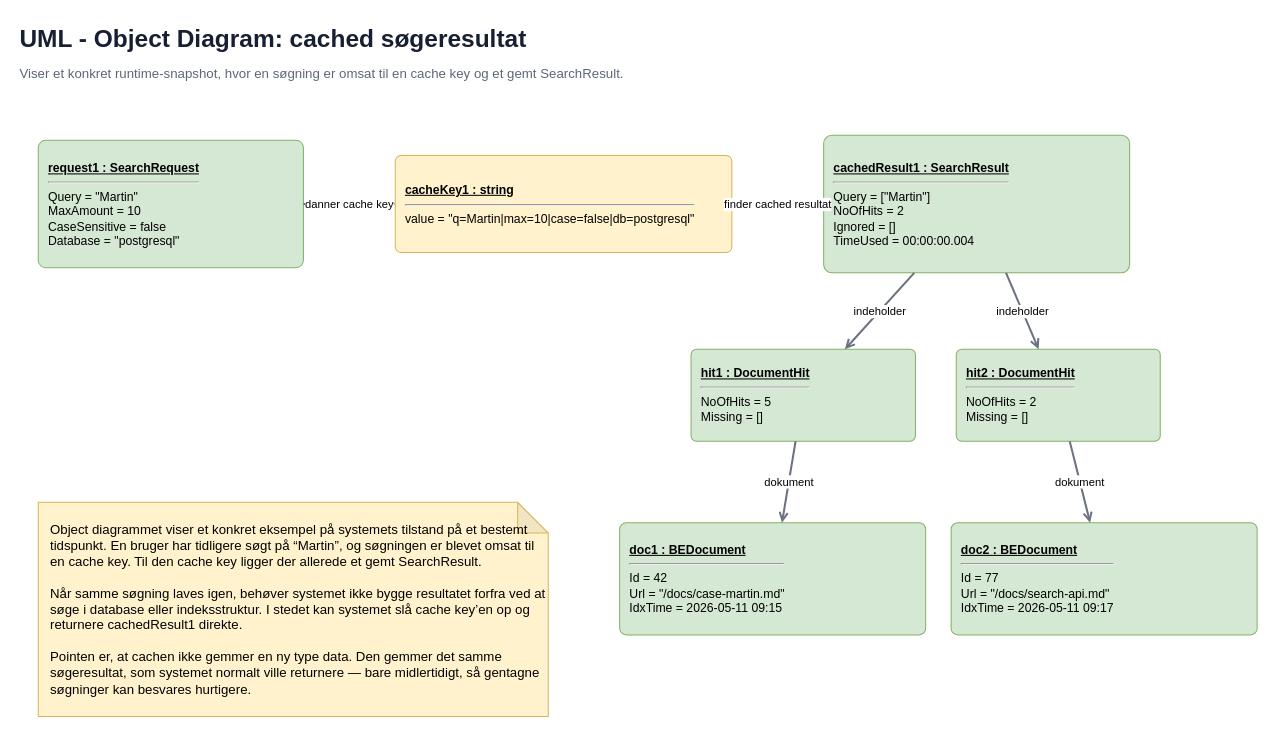
Above: page "2 - UML Object" (2 of 7) of diagrammer/SearchProject diagrams - UML + C4.drawio in Viggodrengen/-SearchProject (draw.io), before the change. Source tidied: cells renumbered, new cells numbered last; positions are measured from the earlier drawing's top-left corner, leaving out a move shared by most shapes. Both pictures are drawn from the tidied source at 102%, with x=0, y=0 at pixel (17, 17).
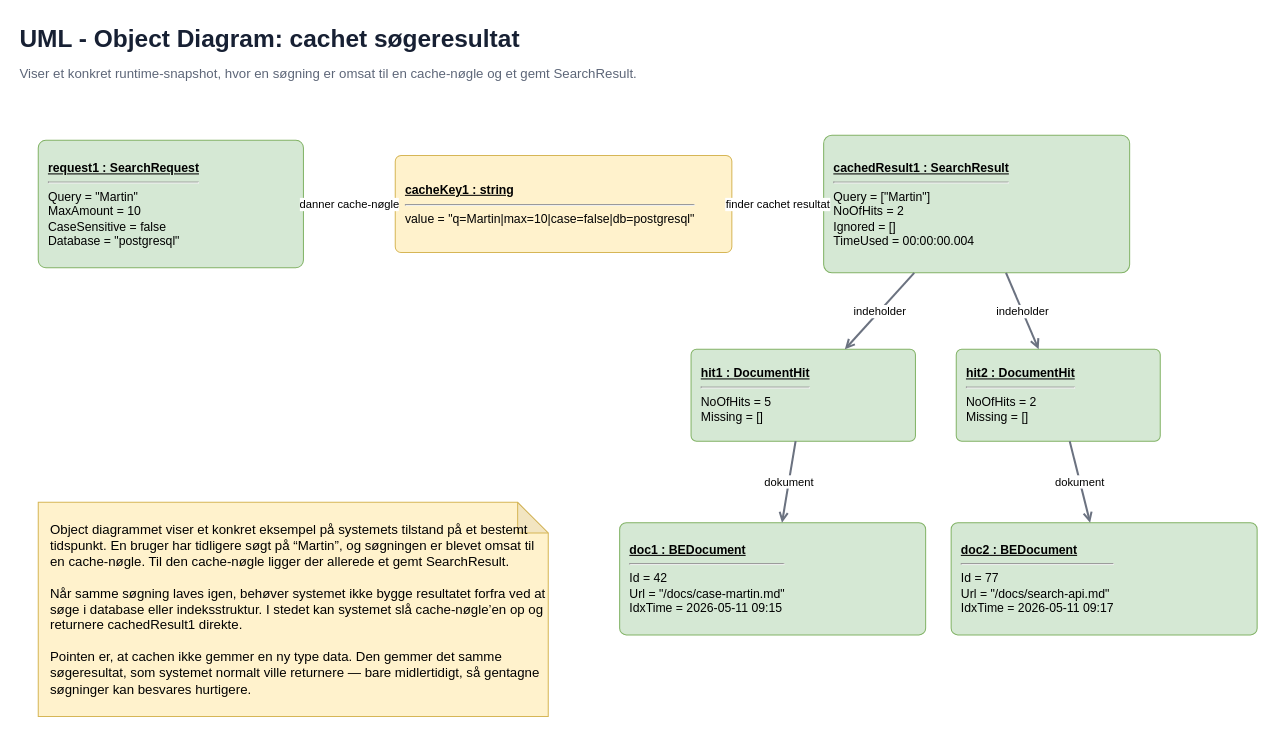
The same page after the edit.

What changed in the source:
```diff
@@
 <mxGraphModel>
   <root>
     <mxCell id="0" />
     <mxCell id="1" parent="0" />
-    <mxCell id="2" value="UML - Object Diagram: cached søgeresultat" style="text;html=1;strokeColor=none;fillColor=none;fontSize=24;fontStyle=1;fontColor=#172033;" parent="1" vertex="1">
+    <mxCell id="2" value="UML - Object Diagram: cachet søgeresultat" style="text;html=1;strokeColor=none;fillColor=none;fontSize=24;fontStyle=1;fontColor=#172033;" parent="1" vertex="1">
       <mxGeometry width="700" height="40" as="geometry" />
     </mxCell>
-    <mxCell id="3" value="Viser et konkret runtime-snapshot, hvor en søgning er omsat til en cache key og et gemt SearchResult." style="text;html=1;strokeColor=none;fillColor=none;fontSize=13;fontColor=#5d6678;" parent="1" vertex="1">
+    <mxCell id="3" value="Viser et konkret runtime-snapshot, hvor en søgning er omsat til en cache-nøgle og et gemt SearchResult." style="text;html=1;strokeColor=none;fillColor=none;fontSize=13;fontColor=#5d6678;" parent="1" vertex="1">
       <mxGeometry y="40" width="900" height="30" as="geometry" />
     </mxCell>
     <mxCell id="4" value="&lt;b&gt;&lt;u&gt;request1 : SearchRequest&lt;/u&gt;&lt;/b&gt;&lt;hr/&gt;Query = &amp;quot;Martin&amp;quot;&lt;br/&gt;MaxAmount = 10&lt;br/&gt;CaseSensitive = false&lt;br/&gt;Database = &amp;quot;postgresql&amp;quot;" style="rounded=1;whiteSpace=wrap;html=1;fillColor=#D5E8D4;strokeColor=#82B366;align=left;spacingLeft=8;arcSize=6;" parent="1" vertex="1">
       <mxGeometry x="20" y="120" width="260" height="125" as="geometry" />
     </mxCell>
     <mxCell id="5" value="&lt;b&gt;&lt;u&gt;cacheKey1 : string&lt;/u&gt;&lt;/b&gt;&lt;hr/&gt;value = &amp;quot;q=Martin|max=10|case=false|db=postgresql&amp;quot;" style="rounded=1;whiteSpace=wrap;html=1;fillColor=#FFF2CC;strokeColor=#D6B656;align=left;spacingLeft=8;arcSize=6;" parent="1" vertex="1">
       <mxGeometry x="370" y="135" width="330" height="95" as="geometry" />
     </mxCell>
     <mxCell id="6" value="&lt;b&gt;&lt;u&gt;cachedResult1 : SearchResult&lt;/u&gt;&lt;/b&gt;&lt;hr/&gt;Query = [&amp;quot;Martin&amp;quot;]&lt;br/&gt;NoOfHits = 2&lt;br/&gt;Ignored = []&lt;br/&gt;TimeUsed = 00:00:00.004" style="rounded=1;whiteSpace=wrap;html=1;fillColor=#D5E8D4;strokeColor=#82B366;align=left;spacingLeft=8;arcSize=6;" parent="1" vertex="1">
       <mxGeometry x="790" y="115" width="300" height="135" as="geometry" />
     </mxCell>
     <mxCell id="7" value="&lt;b&gt;&lt;u&gt;hit1 : DocumentHit&lt;/u&gt;&lt;/b&gt;&lt;hr/&gt;NoOfHits = 5&lt;br/&gt;Missing = []" style="rounded=1;whiteSpace=wrap;html=1;fillColor=#D5E8D4;strokeColor=#82B366;align=left;spacingLeft=8;arcSize=6;" parent="1" vertex="1">
       <mxGeometry x="660" y="325" width="220" height="90" as="geometry" />
     </mxCell>
     <mxCell id="8" value="&lt;b&gt;&lt;u&gt;hit2 : DocumentHit&lt;/u&gt;&lt;/b&gt;&lt;hr/&gt;NoOfHits = 2&lt;br/&gt;Missing = []" style="rounded=1;whiteSpace=wrap;html=1;fillColor=#D5E8D4;strokeColor=#82B366;align=left;spacingLeft=8;arcSize=6;" parent="1" vertex="1">
       <mxGeometry x="920" y="325" width="200" height="90" as="geometry" />
     </mxCell>
     <mxCell id="9" value="&lt;b&gt;&lt;u&gt;doc1 : BEDocument&lt;/u&gt;&lt;/b&gt;&lt;hr/&gt;Id = 42&lt;br/&gt;Url = &amp;quot;/docs/case-martin.md&amp;quot;&lt;br/&gt;IdxTime = 2026-05-11 09:15" style="rounded=1;whiteSpace=wrap;html=1;fillColor=#D5E8D4;strokeColor=#82B366;align=left;spacingLeft=8;arcSize=6;" parent="1" vertex="1">
       <mxGeometry x="590" y="495" width="300" height="110" as="geometry" />
     </mxCell>
     <mxCell id="10" value="&lt;b&gt;&lt;u&gt;doc2 : BEDocument&lt;/u&gt;&lt;/b&gt;&lt;hr/&gt;Id = 77&lt;br/&gt;Url = &amp;quot;/docs/search-api.md&amp;quot;&lt;br/&gt;IdxTime = 2026-05-11 09:17" style="rounded=1;whiteSpace=wrap;html=1;fillColor=#D5E8D4;strokeColor=#82B366;align=left;spacingLeft=8;arcSize=6;" parent="1" vertex="1">
       <mxGeometry x="915" y="495" width="300" height="110" as="geometry" />
     </mxCell>
-    <mxCell id="11" value="danner cache key" style="endArrow=open;html=1;rounded=0;strokeWidth=2;strokeColor=#6B7280;labelBackgroundColor=#FFFFFF;" parent="1" edge="1" source="4" target="5">
+    <mxCell id="11" value="danner cache-nøgle" style="endArrow=open;html=1;rounded=0;strokeWidth=2;strokeColor=#6B7280;labelBackgroundColor=#FFFFFF;" parent="1" edge="1" source="4" target="5">
       <mxGeometry relative="1" as="geometry" />
     </mxCell>
-    <mxCell id="12" value="finder cached resultat" style="endArrow=open;html=1;rounded=0;strokeWidth=2;strokeColor=#6B7280;labelBackgroundColor=#FFFFFF;" parent="1" edge="1" source="5" target="6">
+    <mxCell id="12" value="finder cachet resultat" style="endArrow=open;html=1;rounded=0;strokeWidth=2;strokeColor=#6B7280;labelBackgroundColor=#FFFFFF;" parent="1" edge="1" source="5" target="6">
       <mxGeometry relative="1" as="geometry" />
     </mxCell>
     <mxCell id="13" value="indeholder" style="endArrow=open;html=1;rounded=0;strokeWidth=2;strokeColor=#6B7280;labelBackgroundColor=#FFFFFF;" parent="1" edge="1" source="6" target="7">
       <mxGeometry relative="1" as="geometry" />
     </mxCell>
     <mxCell id="14" value="indeholder" style="endArrow=open;html=1;rounded=0;strokeWidth=2;strokeColor=#6B7280;labelBackgroundColor=#FFFFFF;" parent="1" edge="1" source="6" target="8">
       <mxGeometry relative="1" as="geometry" />
     </mxCell>
     <mxCell id="15" value="dokument" style="endArrow=open;html=1;rounded=0;strokeWidth=2;strokeColor=#6B7280;labelBackgroundColor=#FFFFFF;" parent="1" edge="1" source="7" target="9">
       <mxGeometry relative="1" as="geometry" />
     </mxCell>
     <mxCell id="16" value="dokument" style="endArrow=open;html=1;rounded=0;strokeWidth=2;strokeColor=#6B7280;labelBackgroundColor=#FFFFFF;" parent="1" edge="1" source="8" target="10">
       <mxGeometry relative="1" as="geometry" />
     </mxCell>
-    <mxCell id="17" value="Object diagrammet viser et konkret eksempel på systemets tilstand på et bestemt tidspunkt. En bruger har tidligere søgt på “Martin”, og søgningen er blevet omsat til en cache key. Til den cache key ligger der allerede et gemt SearchResult.&lt;br/&gt;&lt;br/&gt;Når samme søgning laves igen, behøver systemet ikke bygge resultatet forfra ved at søge i database eller indeksstruktur. I stedet kan systemet slå cache key’en op og returnere cachedResult1 direkte.&lt;br/&gt;&lt;br/&gt;Pointen er, at cachen ikke gemmer en ny type data. Den gemmer det samme søgeresultat, som systemet normalt ville returnere — bare midlertidigt, så gentagne søgninger kan besvares hurtigere." style="shape=note;whiteSpace=wrap;html=1;backgroundOutline=1;darkOpacity=0.05;fillColor=#FFF2CC;strokeColor=#D6B656;align=left;spacingLeft=10;fontSize=13;" parent="1" vertex="1">
+    <mxCell id="17" value="Object diagrammet viser et konkret eksempel på systemets tilstand på et bestemt tidspunkt. En bruger har tidligere søgt på “Martin”, og søgningen er blevet omsat til en cache-nøgle. Til den cache-nøgle ligger der allerede et gemt SearchResult.&lt;br/&gt;&lt;br/&gt;Når samme søgning laves igen, behøver systemet ikke bygge resultatet forfra ved at søge i database eller indeksstruktur. I stedet kan systemet slå cache-nøgle’en op og returnere cachedResult1 direkte.&lt;br/&gt;&lt;br/&gt;Pointen er, at cachen ikke gemmer en ny type data. Den gemmer det samme søgeresultat, som systemet normalt ville returnere — bare midlertidigt, så gentagne søgninger kan besvares hurtigere." style="shape=note;whiteSpace=wrap;html=1;backgroundOutline=1;darkOpacity=0.05;fillColor=#FFF2CC;strokeColor=#D6B656;align=left;spacingLeft=10;fontSize=13;" parent="1" vertex="1">
       <mxGeometry x="20" y="475" width="500" height="210" as="geometry" />
     </mxCell>
   </root>
 </mxGraphModel>
```
